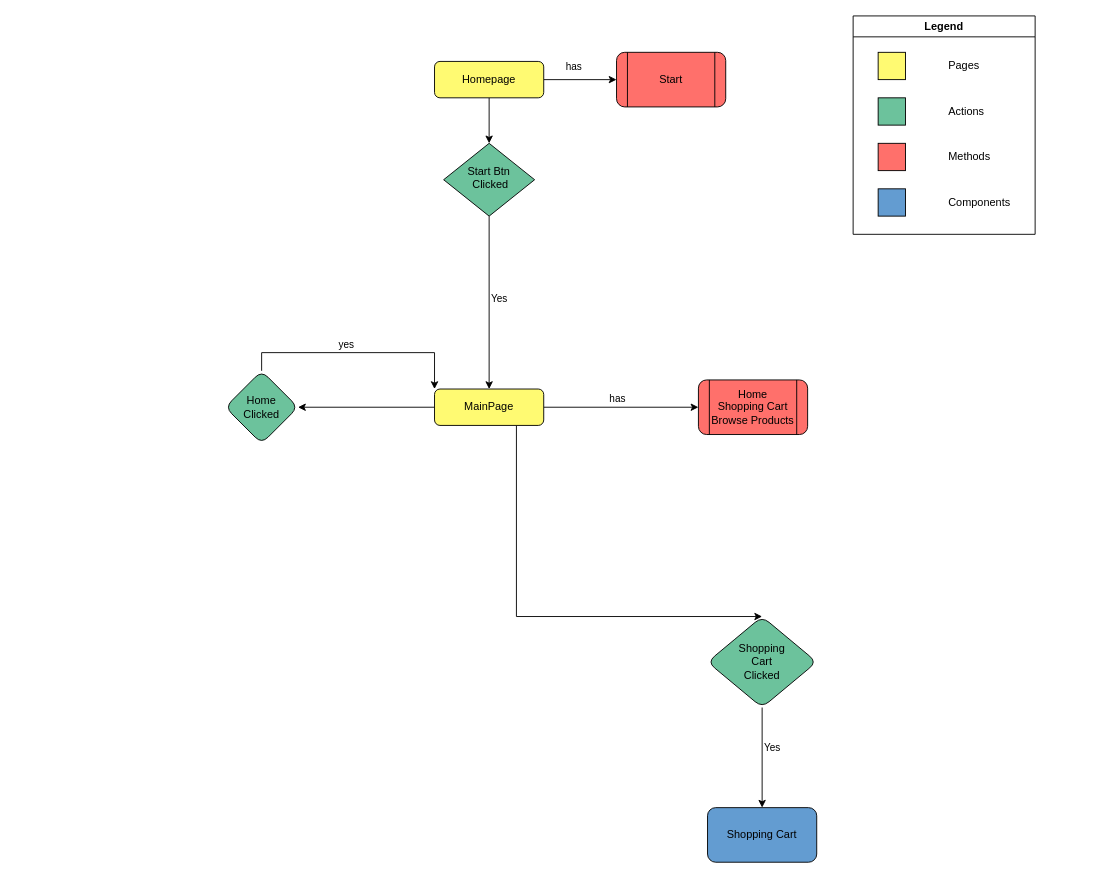
Before: src/assets/prototype/App Diagram.drawio in iversson-estudos/ShoppingCart, a draw.io diagram. Source tidied: cells renumbered, new cells numbered last; positions are measured from the earlier drawing's top-left corner, leaving out a move shared by most shapes. Both pictures are drawn from the tidied source at 91%, with x=0, y=0 at pixel (225, 15).
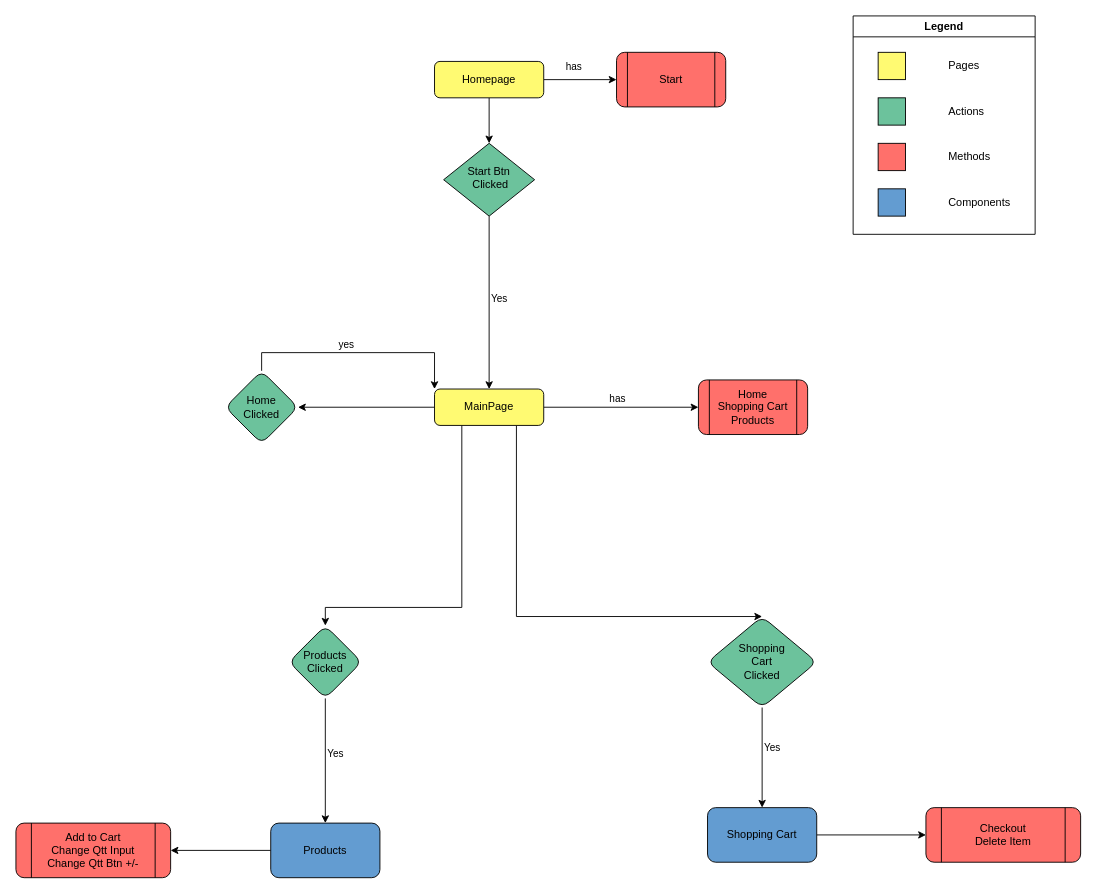
Above is the later version.

Commit message:
diagram 1st stage finished, will be updated accordingly

Unchanged cells that the change refers to:
```xml
<mxCell id="13" value="MainPage" style="rounded=1;whiteSpace=wrap;html=1;fontSize=12;glass=0;strokeWidth=1;shadow=0;fillColor=light-dark(#FFFA72,#000000);" parent="1" vertex="1">
  <mxGeometry x="230" y="410" width="120" height="40" as="geometry" />
</mxCell>
<mxCell id="28" value="Shopping Cart" style="whiteSpace=wrap;html=1;fillColor=light-dark(#639CD1,#000000);rounded=1;glass=0;strokeWidth=1;shadow=0;" parent="1" vertex="1">
  <mxGeometry x="530" y="870" width="120" height="60" as="geometry" />
</mxCell>
```

The edit, as a diff of the source:
```diff
@@
+    <mxCell id="32" style="edgeStyle=orthogonalEdgeStyle;rounded=0;jettySize=auto;html=1;exitX=0.25;exitY=1;exitDx=0;exitDy=0;entryX=0.5;entryY=0;entryDx=0;entryDy=0;" parent="1" edge="1" source="13" target="36">
+      <mxGeometry relative="1" as="geometry">
+        <Array as="points">
+          <mxPoint x="260" y="650" />
+        </Array>
+      </mxGeometry>
+    </mxCell>
@@
-    <mxCell id="24" value="&lt;div&gt;Home&lt;/div&gt;Shopping Cart&lt;br&gt;&lt;div&gt;Browse Products&lt;/div&gt;" style="shape=process;whiteSpace=wrap;html=1;backgroundOutline=1;fillColor=light-dark(#FF706B,#000000);rounded=1;glass=0;strokeWidth=1;shadow=0;" parent="1" vertex="1">
+    <mxCell id="24" value="&lt;div&gt;Home&lt;/div&gt;Shopping Cart&lt;br&gt;&lt;div&gt;Products&lt;/div&gt;" style="shape=process;whiteSpace=wrap;html=1;backgroundOutline=1;fillColor=light-dark(#FF706B,#000000);rounded=1;glass=0;strokeWidth=1;shadow=0;" parent="1" vertex="1">
       <mxGeometry x="520" y="400" width="120" height="60" as="geometry" />
     </mxCell>
@@
+    <mxCell id="33" style="edgeStyle=orthogonalEdgeStyle;rounded=0;jettySize=auto;html=1;" parent="1" edge="1" source="28" target="34">
+      <mxGeometry relative="1" as="geometry" />
+    </mxCell>
@@
+    <mxCell id="34" value="Checkout&lt;div&gt;Delete Item&lt;/div&gt;" style="shape=process;whiteSpace=wrap;html=1;backgroundOutline=1;fillColor=light-dark(#FF706B,#000000);rounded=1;glass=0;strokeWidth=1;shadow=0;" parent="1" vertex="1">
+      <mxGeometry x="770" y="870" width="170" height="60" as="geometry" />
+    </mxCell>
+    <mxCell id="35" style="edgeStyle=orthogonalEdgeStyle;rounded=0;jettySize=auto;html=1;exitX=0.5;exitY=1;exitDx=0;exitDy=0;entryX=0.5;entryY=0;entryDx=0;entryDy=0;" parent="1" edge="1" source="36" target="39">
+      <mxGeometry relative="1" as="geometry" />
+    </mxCell>
+    <mxCell id="36" value="Products Clicked" style="rhombus;whiteSpace=wrap;html=1;fillColor=light-dark(#6CC29C,#000000);rounded=1;glass=0;strokeWidth=1;shadow=0;" parent="1" vertex="1">
+      <mxGeometry x="70" y="670" width="80" height="80" as="geometry" />
+    </mxCell>
+    <mxCell id="37" value="Yes" style="edgeLabel;html=1;align=center;verticalAlign=middle;" parent="1" vertex="1">
+      <mxGeometry x="120" y="810" as="geometry" />
+    </mxCell>
+    <mxCell id="38" style="edgeStyle=orthogonalEdgeStyle;rounded=0;jettySize=auto;html=1;" parent="1" edge="1" source="39" target="40">
+      <mxGeometry relative="1" as="geometry" />
+    </mxCell>
+    <mxCell id="39" value="Products" style="whiteSpace=wrap;html=1;fillColor=light-dark(#639CD1,#000000);rounded=1;glass=0;strokeWidth=1;shadow=0;" parent="1" vertex="1">
+      <mxGeometry x="50" y="887" width="120" height="60" as="geometry" />
+    </mxCell>
+    <mxCell id="40" value="Add to Cart&lt;div&gt;Change Qtt Input&lt;/div&gt;&lt;div&gt;Change Qtt Btn +/-&lt;/div&gt;" style="shape=process;whiteSpace=wrap;html=1;backgroundOutline=1;fillColor=light-dark(#FF706B,#000000);rounded=1;glass=0;strokeWidth=1;shadow=0;" parent="1" vertex="1">
+      <mxGeometry x="-230" y="887" width="170" height="60" as="geometry" />
+    </mxCell>
```
